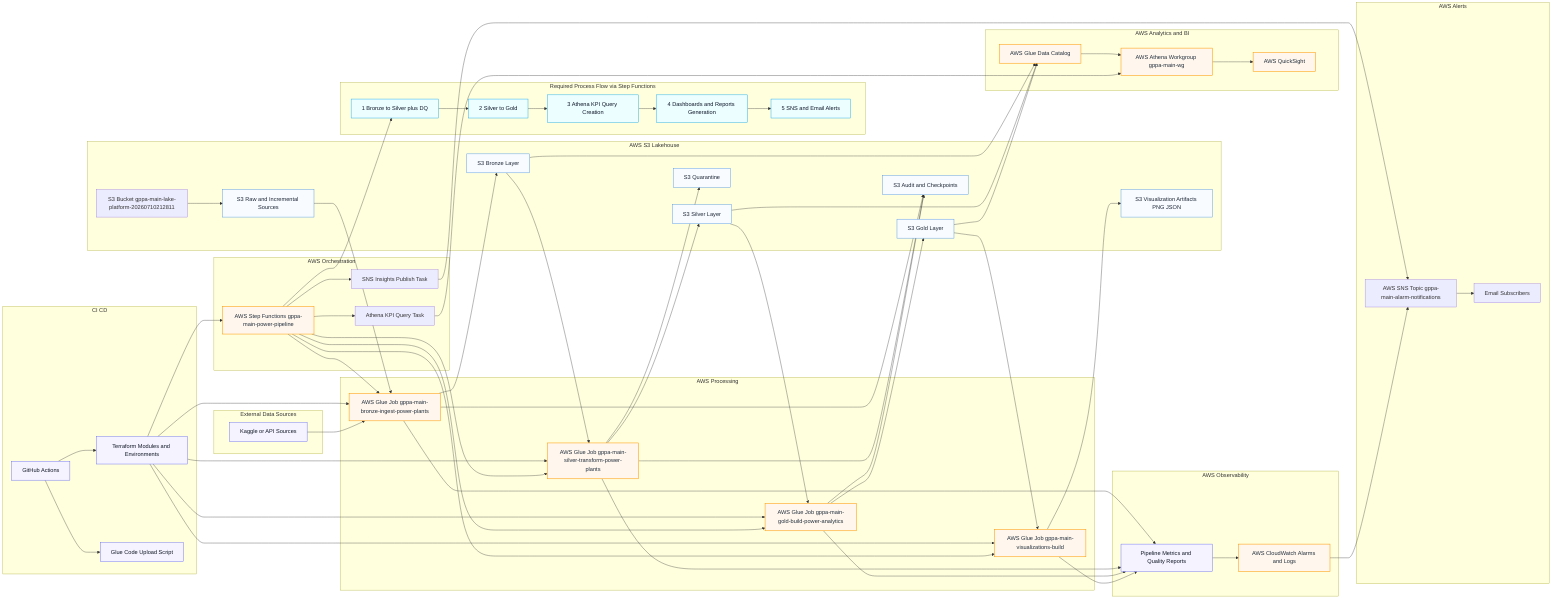
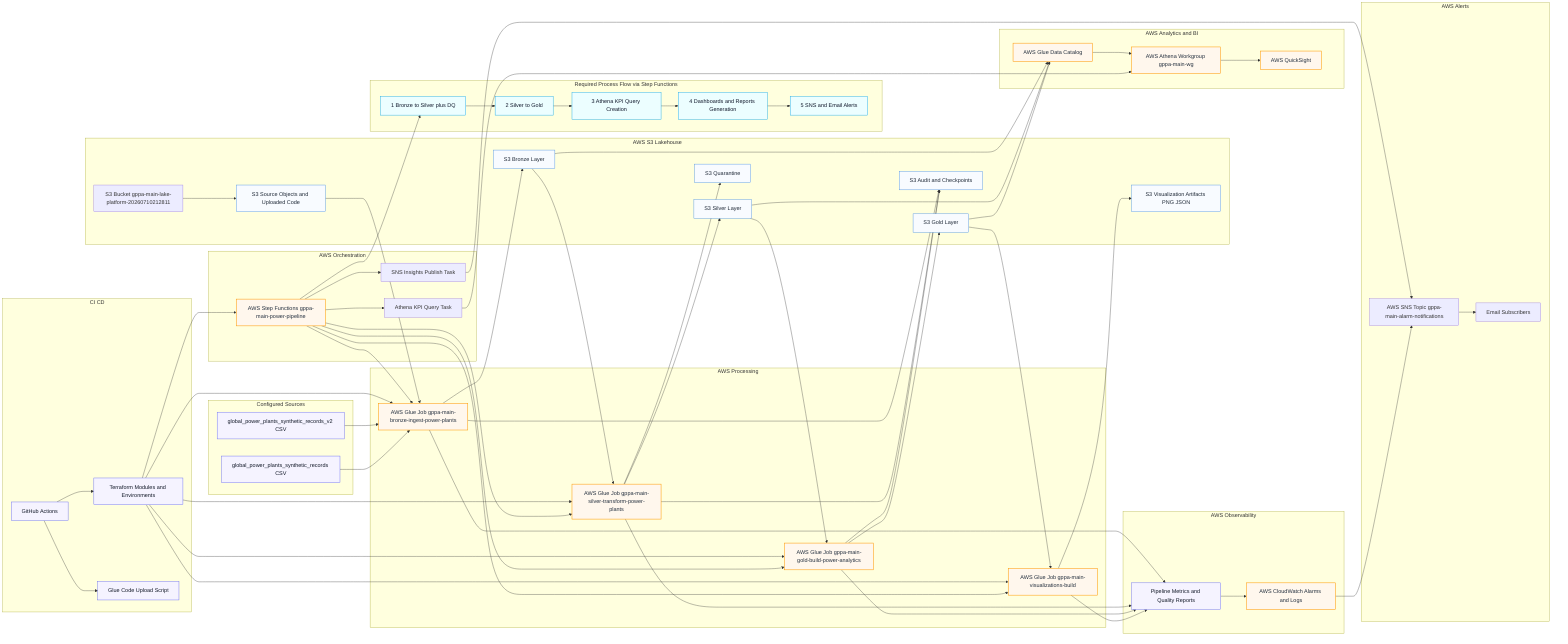
flowchart LR
    %% ------------------------------------------------------------
    %% Global Power Plant Analytics Platform - AWS Architecture
    %% Account: 371170753734 | Region: us-east-1
    %% Data lake bucket: gppa-main-lake-platform-20260710212811
    %% Step Functions ARN: arn:aws:states:us-east-1:371170753734:stateMachine:gppa-main-power-pipeline
    %% Athena workgroup: gppa-main-wg
    %% ------------------------------------------------------------

    subgraph DEVOPS[CI CD]
        GH[GitHub Actions]
        TF[Terraform Modules and Environments]
        UP[Glue Code Upload Script]
    end

    subgraph ORCH[AWS Orchestration]
        SFN[AWS Step Functions gppa-main-power-pipeline]
        KPIQ[Athena KPI Query Task]
        ALRT[SNS Insights Publish Task]
    end

    subgraph PROCESS[Required Process Flow via Step Functions]
        P1[1 Bronze to Silver plus DQ]
        P2[2 Silver to Gold]
        P3[3 Athena KPI Query Creation]
        P4[4 Dashboards and Reports Generation]
        P5[5 SNS and Email Alerts]
    end

    subgraph ETL[AWS Processing]
        ING[AWS Glue Job gppa-main-bronze-ingest-power-plants]
        TRN[AWS Glue Job gppa-main-silver-transform-power-plants]
        GLD_JOB[AWS Glue Job gppa-main-gold-build-power-analytics]
        VIZ[AWS Glue Job gppa-main-visualizations-build]
    end

-     subgraph EXT[External Data Sources]
-         KAG[Kaggle or API Sources]
+     subgraph EXT[Configured Sources]
+         SRC1[global_power_plants_synthetic_records_v2 CSV]
+         SRC2[global_power_plants_synthetic_records CSV]
    end

    subgraph LAKE[AWS S3 Lakehouse]
        LKB[S3 Bucket gppa-main-lake-platform-20260710212811]
-         RAW[S3 Raw and Incremental Sources]
+         RAW[S3 Source Objects and Uploaded Code]
        BRZ[S3 Bronze Layer]
        SLV[S3 Silver Layer]
        GLD[S3 Gold Layer]
        QTN[S3 Quarantine]
        AUD[S3 Audit and Checkpoints]
        VOUT[S3 Visualization Artifacts PNG JSON]
    end

    subgraph ANALYTICS[AWS Analytics and BI]
        CAT[AWS Glue Data Catalog]
        ATH[AWS Athena Workgroup gppa-main-wg]
        QS[AWS QuickSight]
    end

    subgraph ALERTS[AWS Alerts]
        SNS[AWS SNS Topic gppa-main-alarm-notifications]
        EMAIL[Email Subscribers]
    end

    subgraph OBS[AWS Observability]
        MET[Pipeline Metrics and Quality Reports]
        CW[AWS CloudWatch Alarms and Logs]
    end

    GH --> TF
    GH --> UP
    TF --> SFN
    TF --> ING
    TF --> TRN
    TF --> GLD_JOB
    TF --> VIZ

    LKB --> RAW
-     KAG --> ING
+     SRC1 --> ING
+     SRC2 --> ING
    RAW --> ING
    SFN --> ING
    SFN --> TRN
    SFN --> GLD_JOB
    SFN --> KPIQ
    SFN --> VIZ
    SFN --> ALRT

    P1 --> P2 --> P3 --> P4 --> P5
    SFN --> P1

    ING --> BRZ
    ING --> AUD

    BRZ --> TRN
    TRN --> SLV
    TRN --> QTN
    TRN --> AUD

    SLV --> GLD_JOB
    GLD_JOB --> GLD
    GLD_JOB --> AUD
    GLD --> VIZ
    VIZ --> VOUT

    BRZ --> CAT
    SLV --> CAT
    GLD --> CAT

    CAT --> ATH
    ATH --> QS
    KPIQ --> ATH

    ING --> MET
    TRN --> MET
    GLD_JOB --> MET
    VIZ --> MET
    MET --> CW
    ALRT --> SNS
    SNS --> EMAIL
    CW --> SNS

    classDef aws fill:#FFF7ED,stroke:#FF9900,stroke-width:1.5px,color:#232F3E;
    classDef store fill:#F8FBFF,stroke:#4A90E2,stroke-width:1.2px,color:#1F2937;
    classDef ops fill:#F5F3FF,stroke:#6366F1,stroke-width:1.2px,color:#111827;
    classDef flow fill:#ECFEFF,stroke:#0EA5E9,stroke-width:1.2px,color:#0F172A;

    class SFN,ING,TRN,GLD_JOB,VIZ,CAT,ATH,QS,CW aws;
    class RAW,BRZ,SLV,GLD,QTN,AUD,VOUT store;
-     class GH,TF,UP,MET,KAG ops;
+     class GH,TF,UP,MET,SRC1,SRC2 ops;
    class P1,P2,P3,P4,P5 flow;
